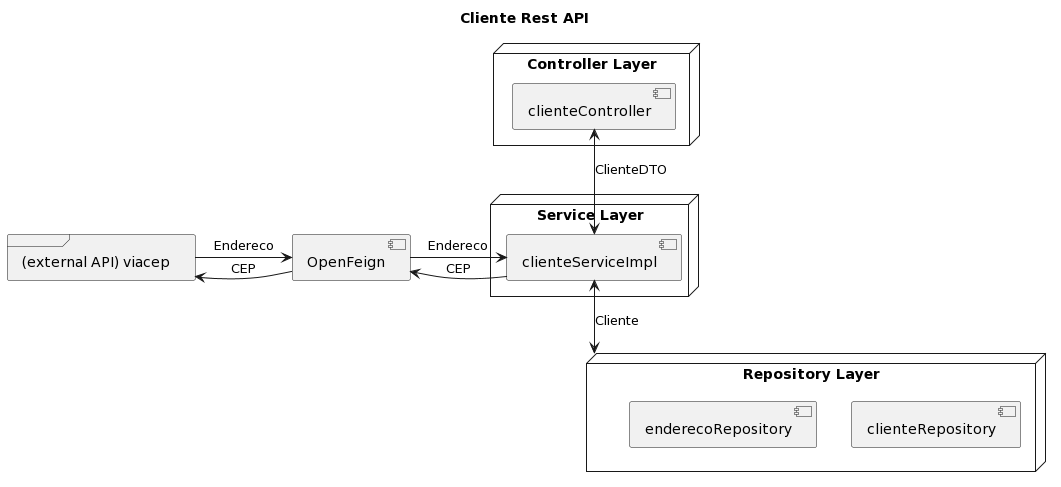
Before: models/service-layer.png, a diagram exported from PlantUML (Jean-Lucca/PUCRS-ESOM-T3). Its diagram source:
```plantuml
@startuml
title Cliente Rest API

node "Controller Layer"{
  component "clienteController"{
  }
}

node "Repository Layer" as RL{
  component "clienteRepository"{
  }
  component "enderecoRepository"{
  }
}

node "Service Layer"{
  component "clienteServiceImpl"{
  }
}

frame "(external API) viacep" as VCA{
}
clienteController <--> clienteServiceImpl : ClienteDTO
[OpenFeign] -> clienteServiceImpl : Endereco
[OpenFeign] <- clienteServiceImpl : CEP
VCA <- [OpenFeign] : CEP
VCA -> [OpenFeign] : Endereco
clienteServiceImpl <--> RL : Cliente
@enduml
```
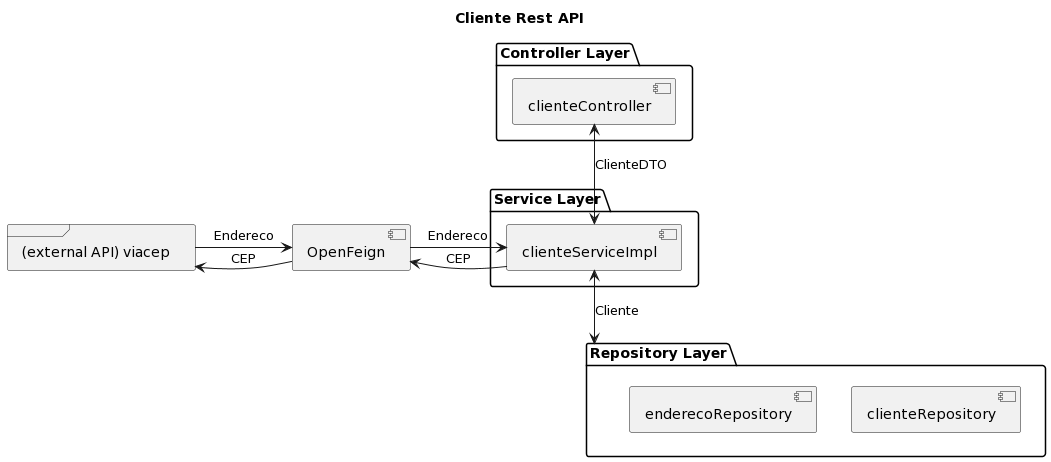
After the commit.

Change to the diagram source:
```diff
@@ -1,19 +1,19 @@
 @startuml
 title Cliente Rest API
 
-node "Controller Layer"{
+package "Controller Layer"{
   component "clienteController"{
   }
 }
 
-node "Repository Layer" as RL{
+package "Repository Layer" as RL{
   component "clienteRepository"{
   }
   component "enderecoRepository"{
   }
 }
 
-node "Service Layer"{
+package "Service Layer"{
   component "clienteServiceImpl"{
   }
 }
```
